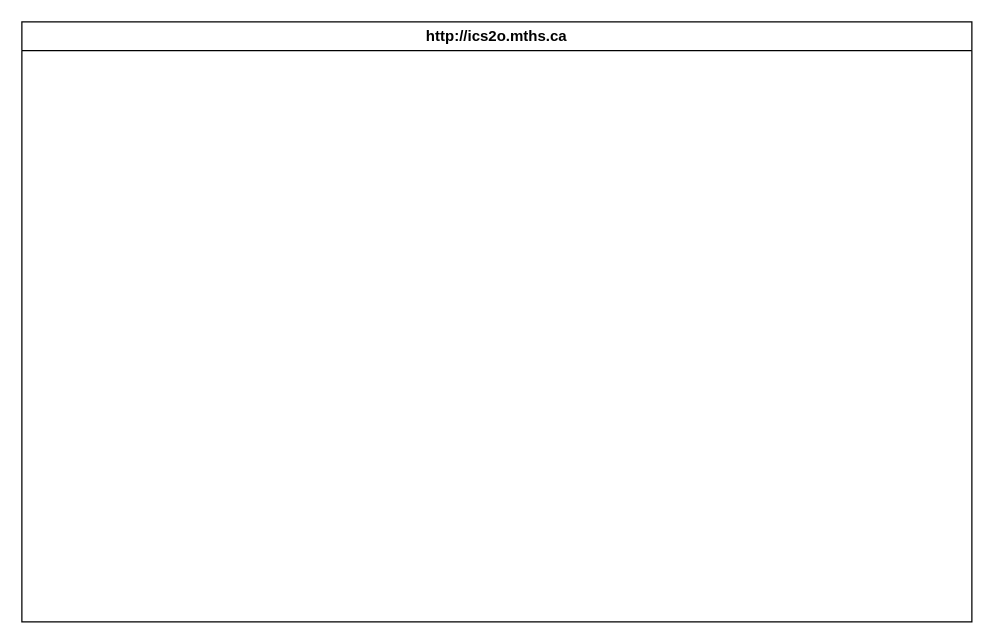
Before: design/storyboard.drawio in MTHS-ICD2O-1-2023/ICD2O-Unit-3-01-yoochan-han, a draw.io diagram. Source tidied: cells renumbered, new cells numbered last; positions are measured from the earlier drawing's top-left corner, leaving out a move shared by most shapes. Both pictures are drawn from the tidied source at 125%, with x=0, y=0 at pixel (21, 21).
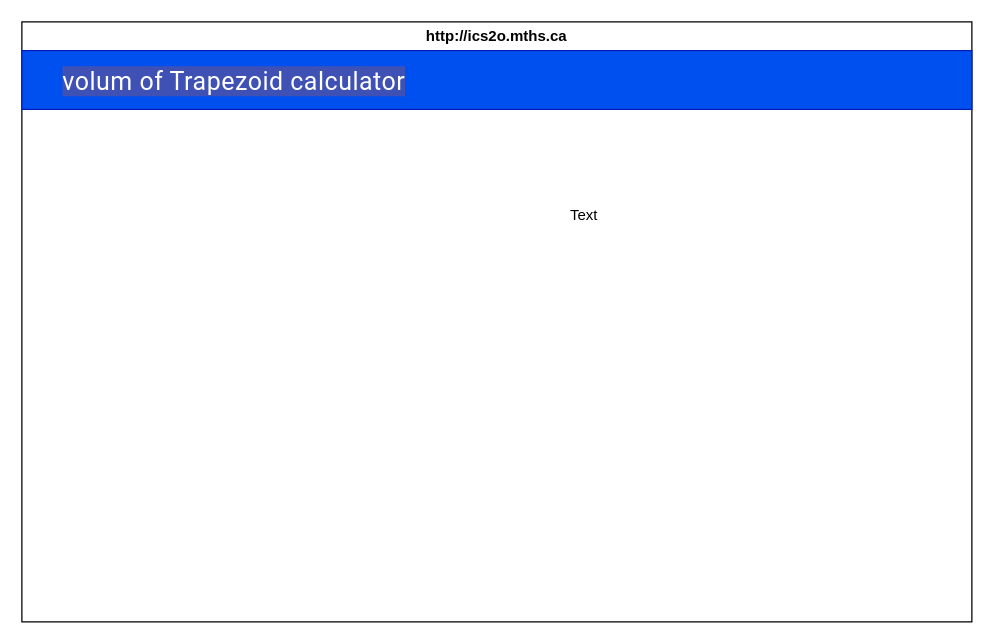
The same diagram, later.

The edit, as a diff of the source:
```diff
@@
 <mxGraphModel>
   <root>
     <mxCell id="0" />
     <mxCell id="1" parent="0" />
     <mxCell id="2" value="http://ics2o.mths.ca" style="swimlane;whiteSpace=wrap;html=1;" parent="1" vertex="1">
       <mxGeometry width="760" height="480" as="geometry" />
     </mxCell>
+    <mxCell id="3" style="rounded=0;whiteSpace=wrap;html=1;fillColor=#0050ef;fontColor=#ffffff;strokeColor=#001DBC;" parent="2" vertex="1">
+      <mxGeometry y="23" width="760" height="47" as="geometry" />
+    </mxCell>
+    <mxCell id="4" value="&lt;span style=&quot;color: rgb(255, 255, 255); font-family: Roboto, Helvetica, Arial, sans-serif; font-size: 20px; letter-spacing: 0.4px; text-align: start; background-color: rgb(63, 81, 181);&quot;&gt;volum of Trapezoid calculator&lt;/span&gt;" style="text;html=1;strokeColor=none;fillColor=none;align=center;verticalAlign=middle;whiteSpace=wrap;rounded=0;" parent="2" vertex="1">
+      <mxGeometry y="31.5" width="340" height="30" as="geometry" />
+    </mxCell>
+    <mxCell id="5" value="Text" style="text;html=1;strokeColor=none;fillColor=none;align=center;verticalAlign=middle;whiteSpace=wrap;rounded=0;" parent="1" vertex="1">
+      <mxGeometry x="420" y="140" width="60" height="30" as="geometry" />
+    </mxCell>
   </root>
 </mxGraphModel>
```
